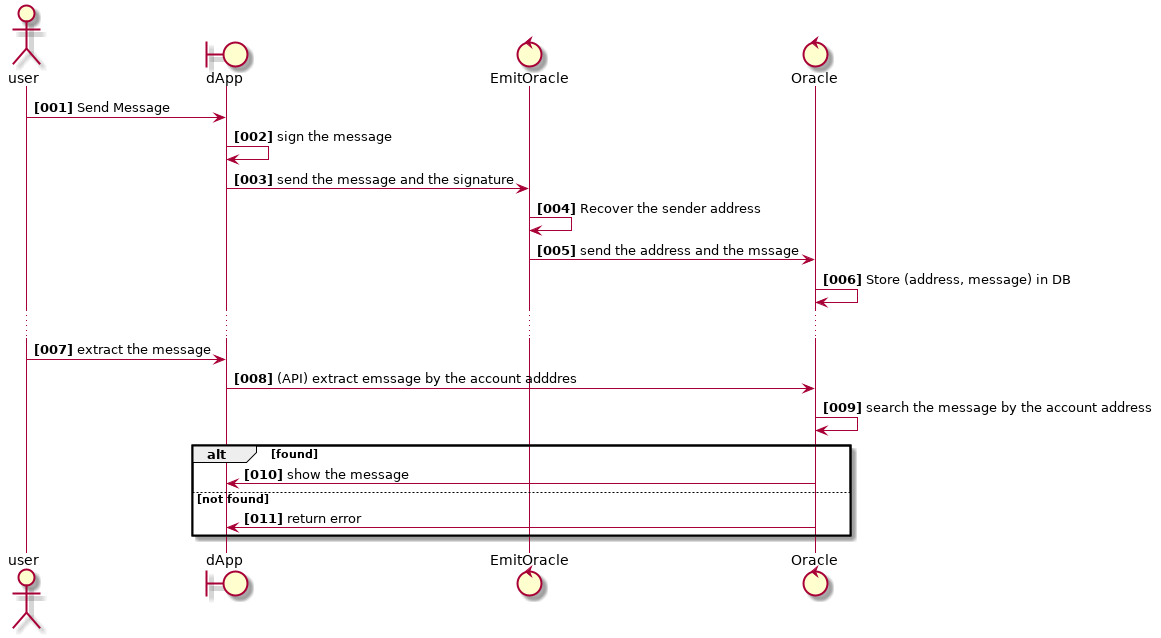
Earlier version of the PlantUML export out/UML/sequence/sequence.png (HajimeK/Oracletest).
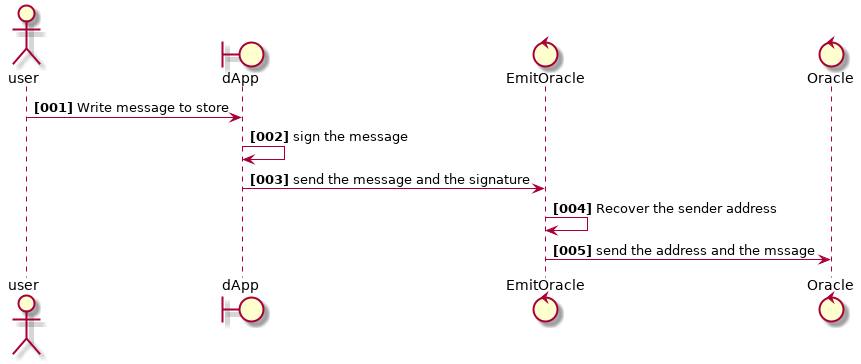
Above is the later version.

Diff of the diagram source:
```diff
@@ -5,19 +5,9 @@
 control Oracle
 
 autonumber "<b>[000]"
-user -> dApp : Send Message
+user -> dApp : Write message to store
 dApp -> dApp : sign the message
 dApp -> EmitOracle : send the message and the signature
 EmitOracle -> EmitOracle : Recover the sender address
 EmitOracle -> Oracle : send the address and the mssage
-Oracle -> Oracle : Store (address, message) in DB
-...
-user -> dApp : extract the message
-dApp -> Oracle : (API) extract emssage by the account adddres
-Oracle -> Oracle : search the message by the account address
-alt found
-    Oracle -> dApp : show the message
-else not found
-    Oracle -> dApp : return error
-end
 @enduml
```
